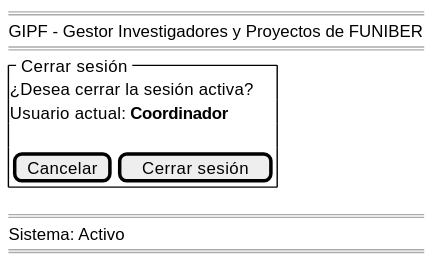
Above: documents/casosDeUso/detalle/coordinador/00-autenticacion/cerrarSesion/prototipo/cerrarSesion-wireframe.svg in 31Diego/25-26-IdSw1-SdR (PlantUML), before the change. Source of this version:
```plantuml
@startsalt cerrarSesion-wireframe
{
    ====
    GIPF - Gestor Investigadores y Proyectos de FUNIBER
    ====
    {^" Cerrar sesión "
        ¿Desea cerrar la sesión activa?

        Usuario actual: **Coordinador**

        .
        {
            [Cancelar] | [Cerrar sesión]
        }
    }
    ====
    Sistema: Activo
    ====
}
@endsalt
```
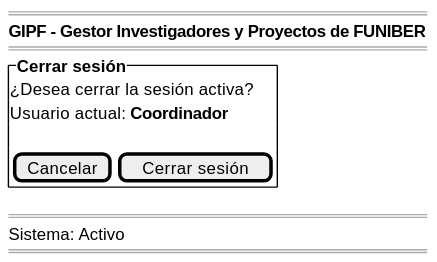
After the change.

The edit, as a diff of the source:
```diff
@@ -1,9 +1,9 @@
 @startsalt cerrarSesion-wireframe
 {
     ====
-    GIPF - Gestor Investigadores y Proyectos de FUNIBER
+    <b>GIPF - Gestor Investigadores y Proyectos de FUNIBER
     ====
-    {^" Cerrar sesión "
+    {^ <b>Cerrar sesión
         ¿Desea cerrar la sesión activa?
 
         Usuario actual: **Coordinador**
```
